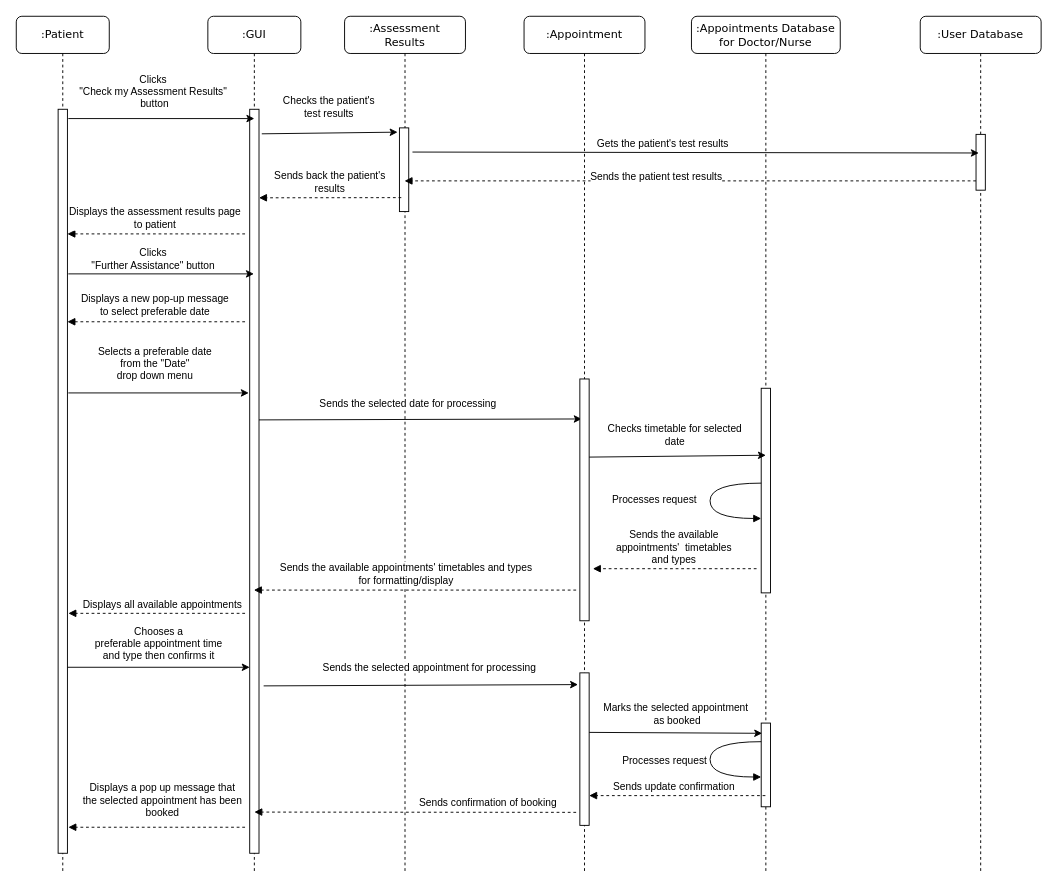
Before: Project Milestone 2/Sequence_3.drawio in SENG-350-2024-fall/Team-6, a draw.io diagram. Source tidied: cells renumbered, new cells numbered last; positions are measured from the earlier drawing's top-left corner, leaving out a move shared by most shapes. Both pictures are drawn from the tidied source at 93%, with x=0, y=0 at pixel (16, 16).
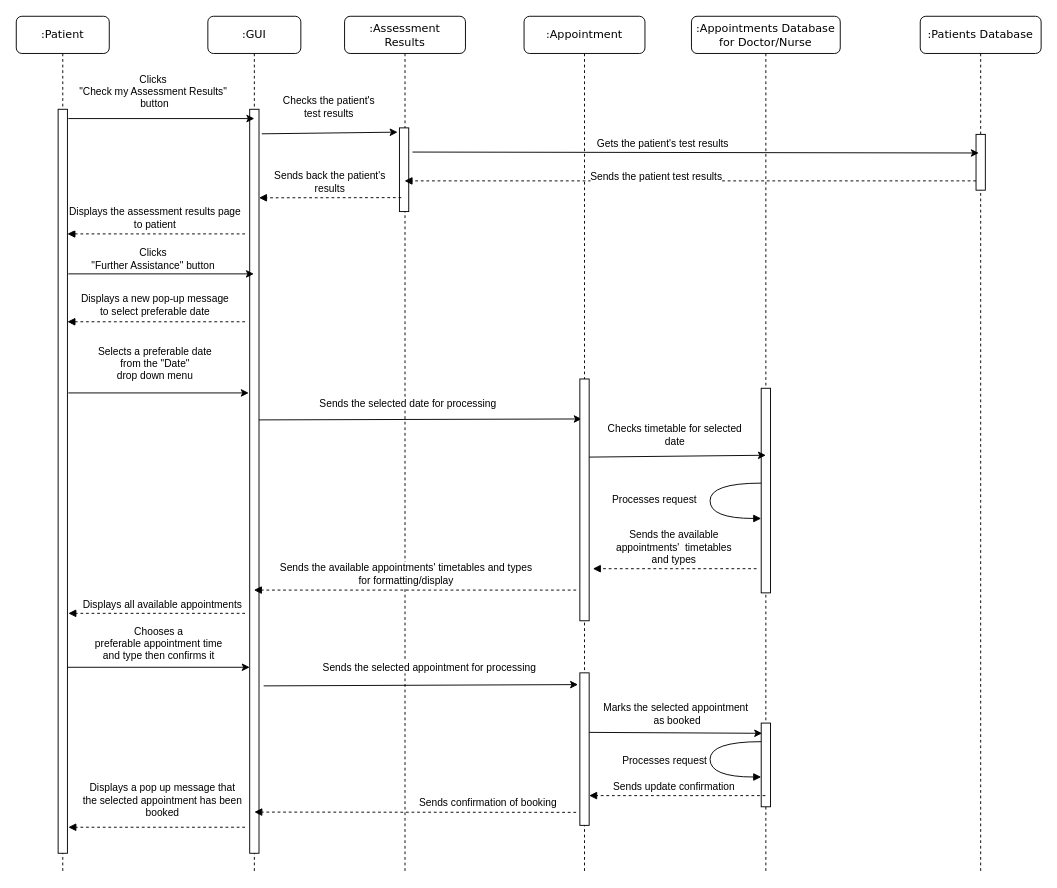
After the change.

Change to the diagram source:
```diff
@@
-    <mxCell id="38" value=":User Database" style="shape=umlLifeline;perimeter=lifelinePerimeter;whiteSpace=wrap;html=1;rounded=1;shadow=0;comic=0;labelBackgroundColor=none;strokeWidth=1;fontFamily=Verdana;fontSize=12;align=center;" parent="1" vertex="1">
+    <mxCell id="38" value=":Patients Database" style="shape=umlLifeline;perimeter=lifelinePerimeter;whiteSpace=wrap;html=1;rounded=1;shadow=0;comic=0;labelBackgroundColor=none;strokeWidth=1;fontFamily=Verdana;fontSize=12;align=center;" parent="1" vertex="1">
       <mxGeometry x="972" width="130" height="920" as="geometry" />
     </mxCell>
```
